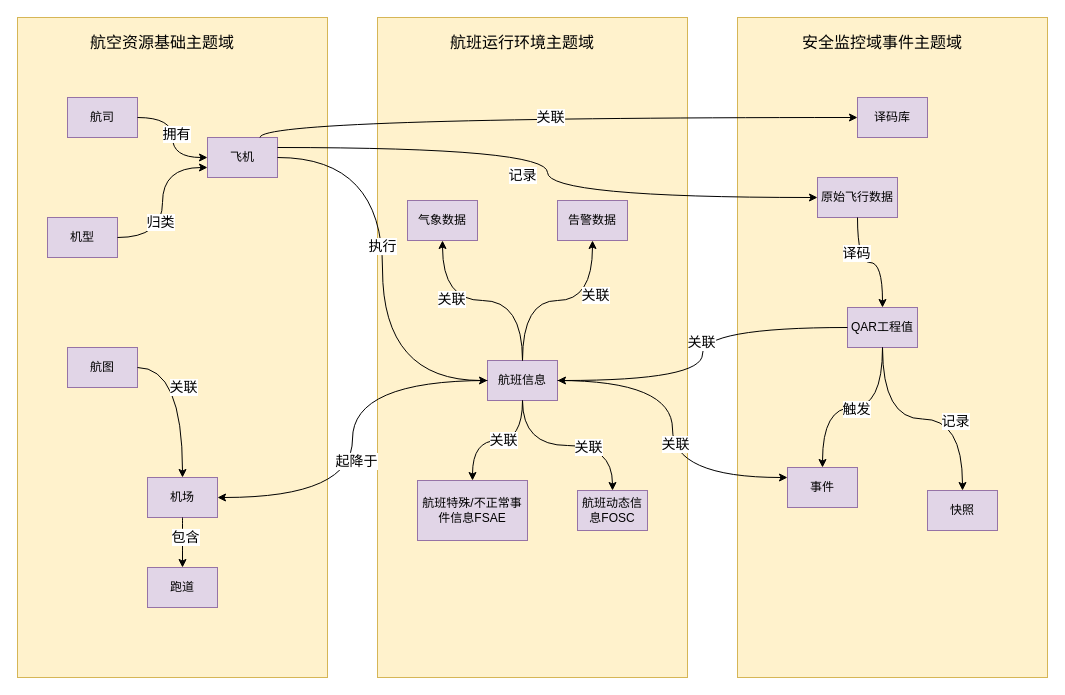
The draw.io diagram 航科院数仓主题域.drawio in mnzn/draw.io, before the edit. Source tidied: cells renumbered, new cells numbered last; positions are measured from the earlier drawing's top-left corner, leaving out a move shared by most shapes. Both pictures are drawn from the tidied source at 100%, with x=0, y=0 at pixel (17, 17).
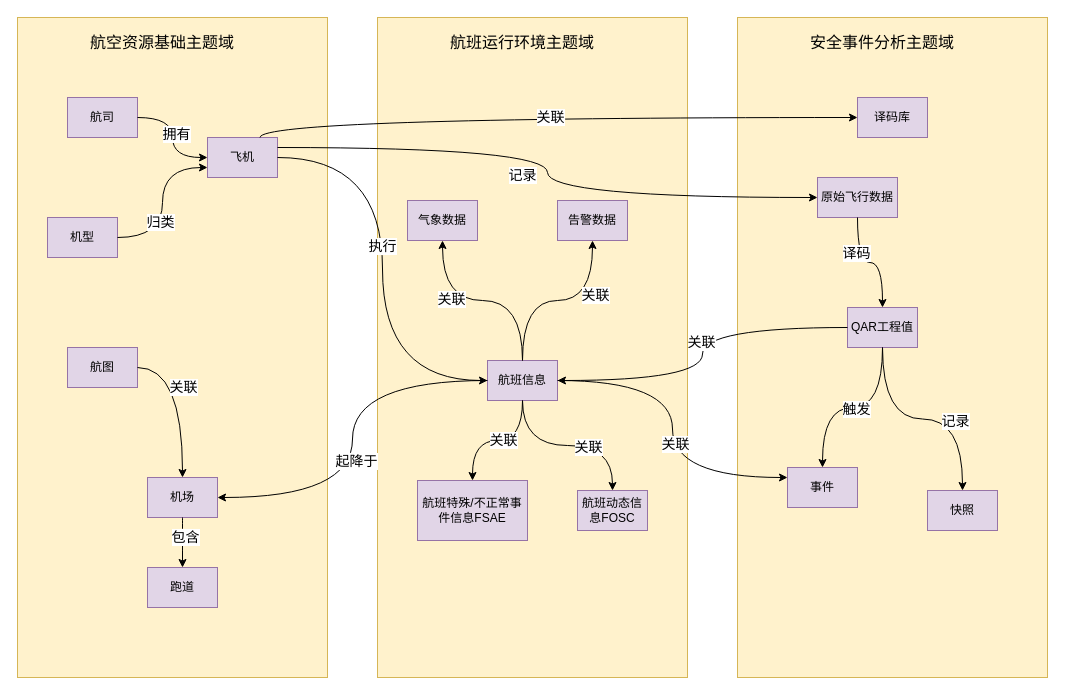
The same diagram, later.

Commit message:
更新航科院数仓主题域.drawio

What changed in the source:
```diff
@@
-    <mxCell id="18" value="&lt;font style=&quot;font-size: 16px;&quot;&gt;安全监控域事件主题域&lt;/font&gt;" style="text;html=1;whiteSpace=wrap;strokeColor=none;fillColor=none;align=center;verticalAlign=middle;rounded=0;" parent="1" vertex="1">
-      <mxGeometry x="775" y="10" width="180" height="30" as="geometry" />
+    <mxCell id="18" value="&lt;font style=&quot;font-size: 16px;&quot;&gt;安全事件分析主题域&lt;/font&gt;" style="text;html=1;whiteSpace=wrap;strokeColor=none;fillColor=none;align=center;verticalAlign=middle;rounded=0;" parent="1" vertex="1">
+      <mxGeometry x="780" y="10" width="170" height="30" as="geometry" />
     </mxCell>
```
